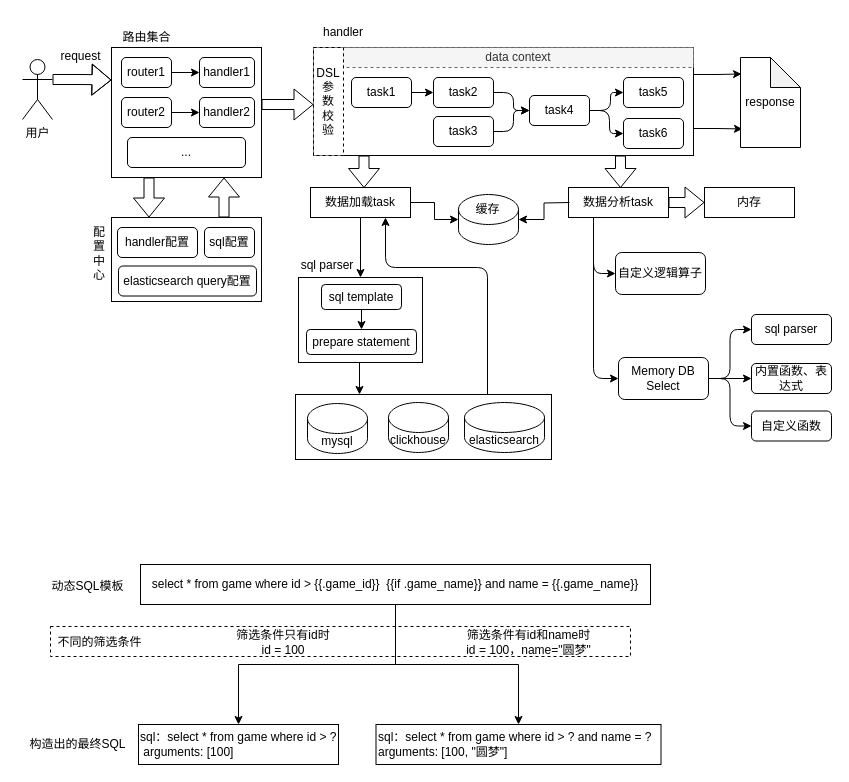
Above: api配置化专利.drawio in zhufuyin/draw (draw.io), before the change. Source tidied: cells renumbered, new cells numbered last; positions are measured from the earlier drawing's top-left corner, leaving out a move shared by most shapes. Both pictures are drawn from the tidied source at 100%, with x=0, y=0 at pixel (17, 17).
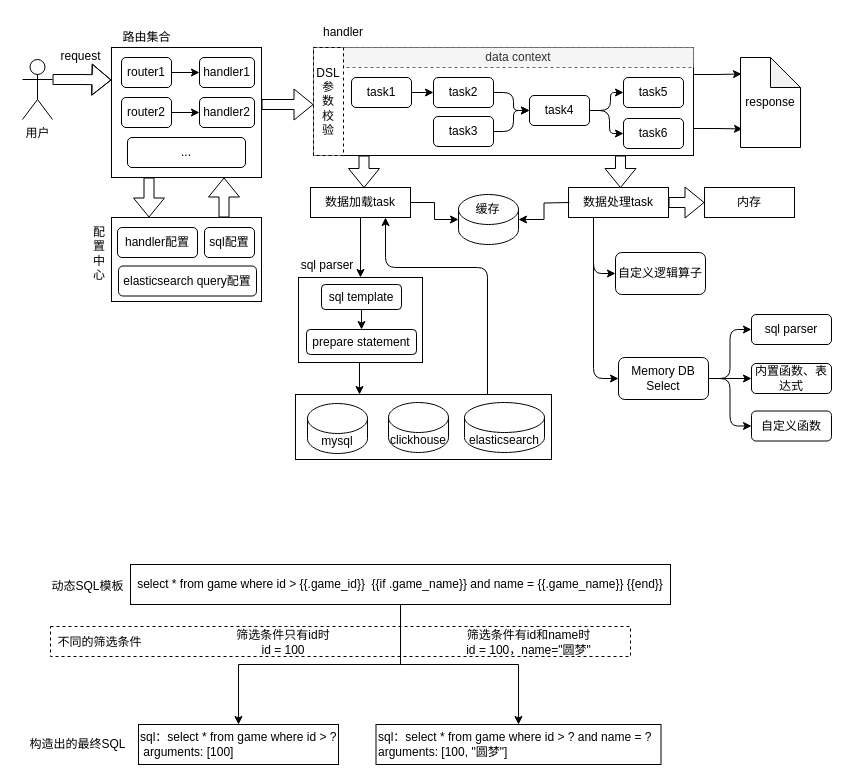
The same page after the edit.

Commit message (it also covers changes not shown here):
更新api配置化专利.drawio

Diff of the diagram source:
```diff
@@
-    <mxCell id="40" value="数据分析task" style="rounded=0;whiteSpace=wrap;html=1;fillColor=none;" parent="1" vertex="1">
+    <mxCell id="40" value="数据处理task" style="rounded=0;whiteSpace=wrap;html=1;fillColor=none;" parent="1" vertex="1">
       <mxGeometry x="551" y="170" width="100" height="30" as="geometry" />
     </mxCell>
@@
-    <mxCell id="74" value="select * from game where id &amp;gt; {{.game_id}}&amp;nbsp; {{if .game_name}} and&amp;nbsp;name = {{.game_name}}" style="whiteSpace=wrap;html=1;" parent="1" vertex="1">
-      <mxGeometry x="123" y="547" width="510" height="40" as="geometry" />
+    <mxCell id="74" value="select * from game where id &amp;gt; {{.game_id}}&amp;nbsp; {{if .game_name}} and&amp;nbsp;name = {{.game_name}} {{end}}" style="whiteSpace=wrap;html=1;" parent="1" vertex="1">
+      <mxGeometry x="113" y="547" width="540" height="40" as="geometry" />
     </mxCell>
```
